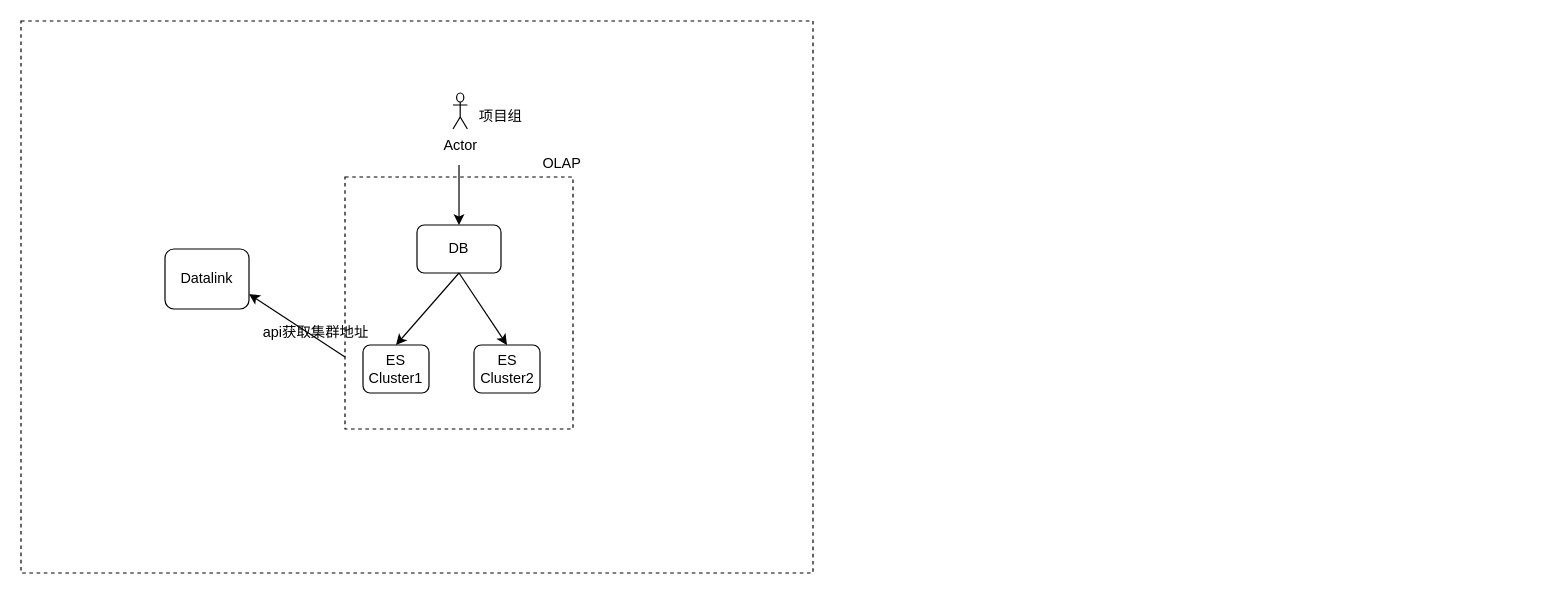
Before: 图片xml/Olap2es.drawio in kkewwei/elasticsearch_learning, a draw.io diagram. Source tidied: cells renumbered, new cells numbered last; positions are measured from the earlier drawing's top-left corner, leaving out a move shared by most shapes. Both pictures are drawn from the tidied source at 120%, with x=0, y=0 at pixel (20, 20).
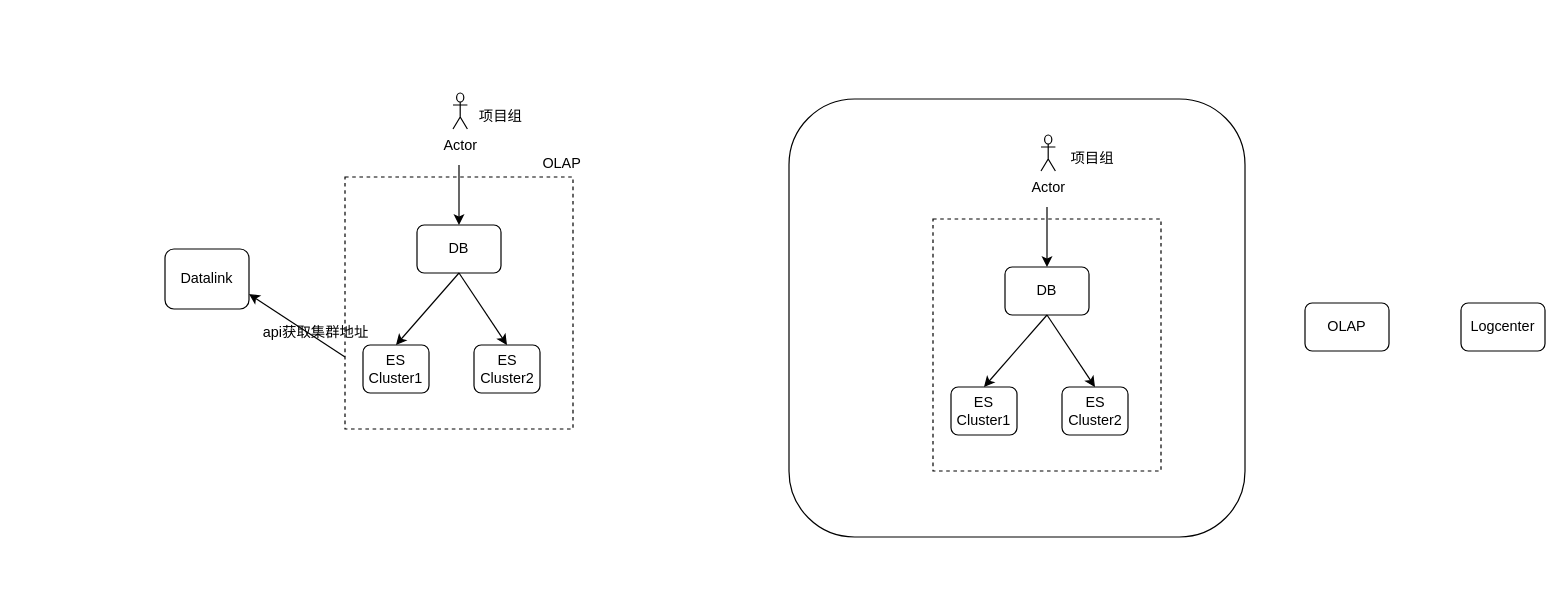
The same page after the edit.

Diff of the diagram source:
```diff
@@
-    <mxCell id="2" style="rounded=0;whiteSpace=wrap;html=1;dashed=1;" parent="1" vertex="1">
-      <mxGeometry width="660" height="460" as="geometry" />
-    </mxCell>
+    <mxCell id="16" style="rounded=1;whiteSpace=wrap;html=1;" parent="1" vertex="1">
+      <mxGeometry x="640" y="65" width="380" height="365" as="geometry" />
+    </mxCell>
@@
+    <mxCell id="17" style="rounded=0;whiteSpace=wrap;html=1;dashed=1;" parent="1" vertex="1">
+      <mxGeometry x="760" y="165" width="190" height="210" as="geometry" />
+    </mxCell>
+    <mxCell id="18" value="DB" style="rounded=1;whiteSpace=wrap;html=1;" parent="1" vertex="1">
+      <mxGeometry x="820" y="205" width="70" height="40" as="geometry" />
+    </mxCell>
+    <mxCell id="19" value="ES Cluster1" style="rounded=1;whiteSpace=wrap;html=1;" parent="1" vertex="1">
+      <mxGeometry x="775" y="305" width="55" height="40" as="geometry" />
+    </mxCell>
+    <mxCell id="20" value="ES Cluster2" style="rounded=1;whiteSpace=wrap;html=1;" parent="1" vertex="1">
+      <mxGeometry x="867.5" y="305" width="55" height="40" as="geometry" />
+    </mxCell>
+    <mxCell id="21" style="endArrow=classic;html=1;exitX=0.5;exitY=1;exitDx=0;exitDy=0;entryX=0.5;entryY=0;entryDx=0;entryDy=0;" parent="1" edge="1" source="18" target="19">
+      <mxGeometry relative="1" as="geometry" />
+    </mxCell>
+    <mxCell id="22" style="endArrow=classic;html=1;exitX=0.5;exitY=1;exitDx=0;exitDy=0;entryX=0.5;entryY=0;entryDx=0;entryDy=0;" parent="1" edge="1" source="18" target="20">
+      <mxGeometry relative="1" as="geometry" />
+    </mxCell>
+    <mxCell id="23" value="Actor" style="shape=umlActor;verticalLabelPosition=bottom;labelBackgroundColor=#ffffff;verticalAlign=top;html=1;" parent="1" vertex="1">
+      <mxGeometry x="850" y="95" width="12" height="30" as="geometry" />
+    </mxCell>
+    <mxCell id="24" style="endArrow=classic;html=1;entryX=0.5;entryY=0;entryDx=0;entryDy=0;" parent="1" edge="1" target="18">
+      <mxGeometry relative="1" as="geometry">
+        <mxPoint x="855" y="155" as="sourcePoint" />
+      </mxGeometry>
+    </mxCell>
+    <mxCell id="25" value="OLAP" style="rounded=1;whiteSpace=wrap;html=1;" parent="1" vertex="1">
+      <mxGeometry x="1070" y="235" width="70" height="40" as="geometry" />
+    </mxCell>
+    <mxCell id="26" value="Logcenter" style="rounded=1;whiteSpace=wrap;html=1;" parent="1" vertex="1">
+      <mxGeometry x="1200" y="235" width="70" height="40" as="geometry" />
+    </mxCell>
+    <mxCell id="27" value="项目组" style="text;html=1;align=left;verticalAlign=top;spacingTop=-4;" parent="1" vertex="1">
+      <mxGeometry x="872.5" y="105" width="50" height="20" as="geometry" />
+    </mxCell>
```
